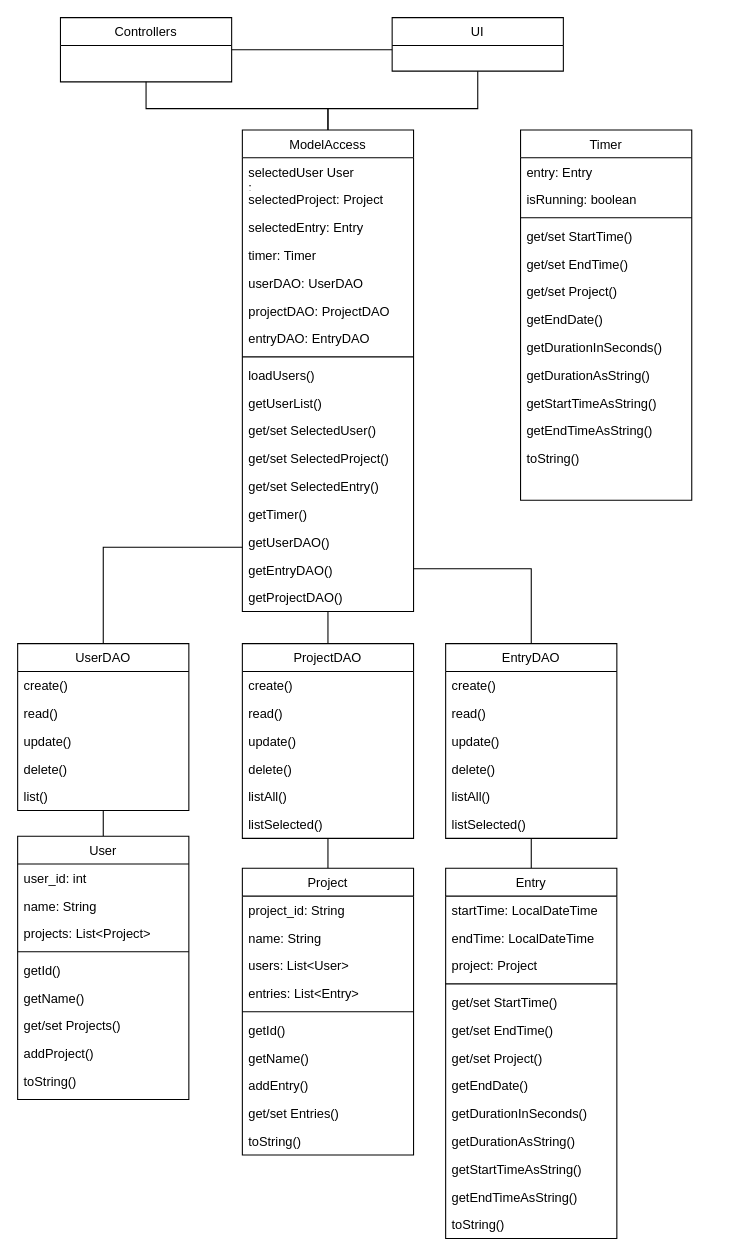
a-ruskomaa/SimpleTimeTracker keeps this draw.io diagram as kaaviot/luokkakaavio.drawio. Above is the earlier version. Source tidied: cells renumbered, new cells numbered last; positions are measured from the earlier drawing's top-left corner, leaving out a move shared by most shapes. Both pictures are drawn from the tidied source at 107%, with x=0, y=0 at pixel (17, 17).
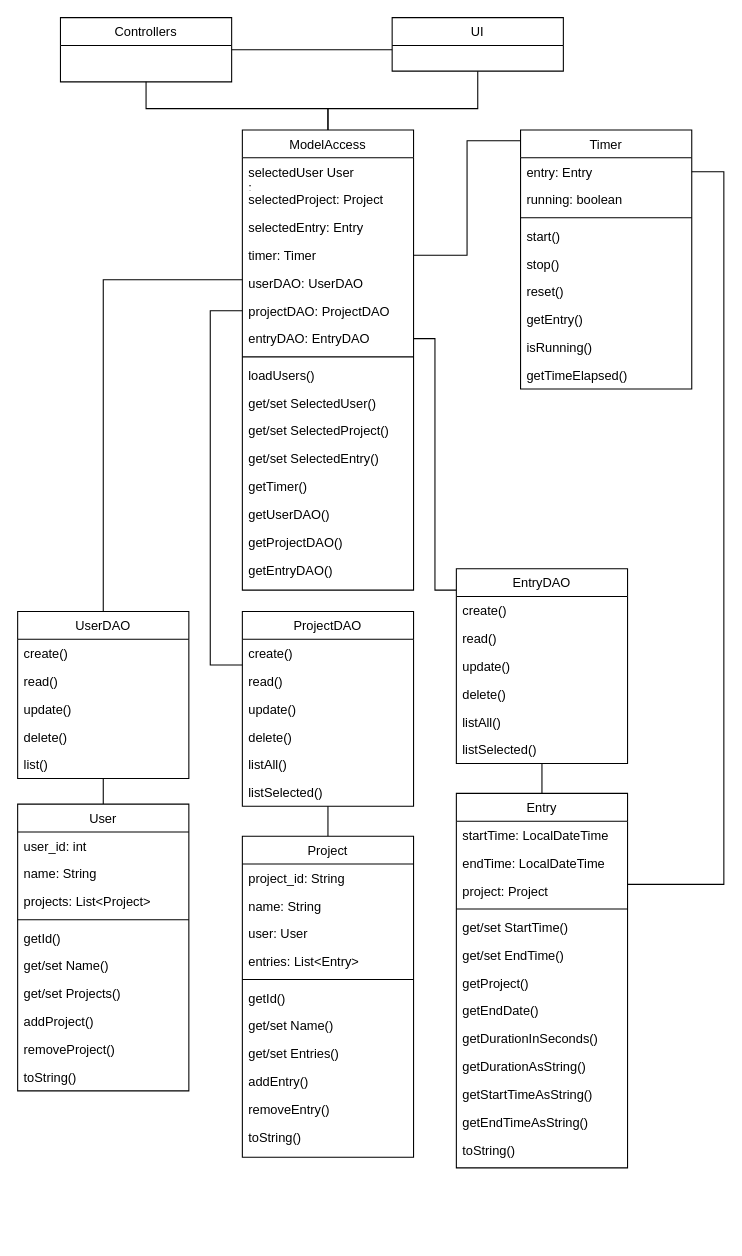
The same page after the edit.

Unchanged cells that the change refers to:
```xml
<mxCell id="6" value="timer: Timer" style="text;align=left;verticalAlign=top;spacingLeft=4;spacingRight=4;overflow=hidden;points=[[0,0.5],[1,0.5]];portConstraint=eastwest;rounded=0;shadow=0;html=0;" parent="2" vertex="1">
  <mxGeometry y="104" width="160" height="26" as="geometry" />
</mxCell>
<mxCell id="8" value="projectDAO: ProjectDAO" style="text;align=left;verticalAlign=top;spacingLeft=4;spacingRight=4;overflow=hidden;points=[[0,0.5],[1,0.5]];portConstraint=eastwest;rounded=0;shadow=0;html=0;" parent="2" vertex="1">
  <mxGeometry y="156" width="160" height="26" as="geometry" />
</mxCell>
<mxCell id="9" value="entryDAO: EntryDAO" style="text;align=left;verticalAlign=top;spacingLeft=4;spacingRight=4;overflow=hidden;points=[[0,0.5],[1,0.5]];portConstraint=eastwest;" parent="2" vertex="1">
  <mxGeometry y="182" width="160" height="26" as="geometry" />
</mxCell>
<mxCell id="87" value="entry: Entry" style="text;align=left;verticalAlign=top;spacingLeft=4;spacingRight=4;overflow=hidden;points=[[0,0.5],[1,0.5]];portConstraint=eastwest;" parent="86" vertex="1">
  <mxGeometry y="26" width="160" height="26" as="geometry" />
</mxCell>
```

The edit, as a diff of the source:
```diff
@@
     <mxCell id="2" value="ModelAccess" style="swimlane;fontStyle=0;align=center;verticalAlign=top;horizontal=1;startSize=26;rounded=0;shadow=0;strokeWidth=1;" parent="1" vertex="1">
-      <mxGeometry x="210" y="105" width="160" height="450" as="geometry" />
+      <mxGeometry x="210" y="105" width="160" height="430" as="geometry" />
     </mxCell>
@@
-    <mxCell id="12" value="getUserList()" style="text;align=left;verticalAlign=top;spacingLeft=4;spacingRight=4;overflow=hidden;rounded=0;shadow=0;html=0;" parent="2" vertex="1">
-      <mxGeometry y="242" width="160" height="26" as="geometry" />
-    </mxCell>
     <mxCell id="13" value="get/set SelectedUser()" style="text;align=left;verticalAlign=top;spacingLeft=4;spacingRight=4;overflow=hidden;rounded=0;shadow=0;html=0;" parent="2" vertex="1">
-      <mxGeometry y="268" width="160" height="26" as="geometry" />
+      <mxGeometry y="242" width="160" height="26" as="geometry" />
     </mxCell>
     <mxCell id="14" value="get/set SelectedProject()" style="text;align=left;verticalAlign=top;spacingLeft=4;spacingRight=4;overflow=hidden;rounded=0;shadow=0;html=0;" parent="2" vertex="1">
-      <mxGeometry y="294" width="160" height="26" as="geometry" />
+      <mxGeometry y="268" width="160" height="26" as="geometry" />
     </mxCell>
     <mxCell id="15" value="get/set SelectedEntry()" style="text;align=left;verticalAlign=top;spacingLeft=4;spacingRight=4;overflow=hidden;rounded=0;shadow=0;html=0;" parent="2" vertex="1">
-      <mxGeometry y="320" width="160" height="26" as="geometry" />
+      <mxGeometry y="294" width="160" height="26" as="geometry" />
     </mxCell>
     <mxCell id="16" value="getTimer()" style="text;align=left;verticalAlign=top;spacingLeft=4;spacingRight=4;overflow=hidden;rounded=0;shadow=0;html=0;" parent="2" vertex="1">
-      <mxGeometry y="346" width="160" height="26" as="geometry" />
+      <mxGeometry y="320" width="160" height="26" as="geometry" />
     </mxCell>
     <mxCell id="17" value="getUserDAO()" style="text;align=left;verticalAlign=top;spacingLeft=4;spacingRight=4;overflow=hidden;rounded=0;shadow=0;html=0;" parent="2" vertex="1">
-      <mxGeometry y="372" width="160" height="26" as="geometry" />
+      <mxGeometry y="346" width="160" height="26" as="geometry" />
     </mxCell>
+    <mxCell id="19" value="getProjectDAO()" style="text;align=left;verticalAlign=top;spacingLeft=4;spacingRight=4;overflow=hidden;rounded=0;shadow=0;html=0;" parent="2" vertex="1">
+      <mxGeometry y="372" width="160" height="26" as="geometry" />
+    </mxCell>
@@
-    <mxCell id="19" value="getProjectDAO()" style="text;align=left;verticalAlign=top;spacingLeft=4;spacingRight=4;overflow=hidden;rounded=0;shadow=0;html=0;" parent="2" vertex="1">
-      <mxGeometry y="424" width="160" height="26" as="geometry" />
-    </mxCell>
     <mxCell id="20" value="UserDAO" style="swimlane;fontStyle=0;align=center;verticalAlign=top;horizontal=1;startSize=26;rounded=0;shadow=0;strokeWidth=1;" parent="1" vertex="1">
-      <mxGeometry y="585" width="160" height="156" as="geometry" />
+      <mxGeometry y="555" width="160" height="156" as="geometry" />
     </mxCell>
@@
     <mxCell id="26" style="endArrow=none;endSize=10;endFill=0;shadow=0;strokeWidth=1;rounded=0;edgeStyle=elbowEdgeStyle;elbow=vertical;" parent="1" edge="1" source="20" target="2">
       <mxGeometry relative="1" as="geometry">
         <Array as="points">
+          <mxPoint x="80" y="245" />
+          <mxPoint x="80" y="465" />
+          <mxPoint x="80" y="515" />
           <mxPoint x="80" y="495" />
           <mxPoint x="90" y="495" />
           <mxPoint x="80" y="495" />
           <mxPoint x="190" y="525" />
         </Array>
       </mxGeometry>
     </mxCell>
@@
-    <mxCell id="29" style="edgeStyle=orthogonalEdgeStyle;rounded=0;jettySize=auto;html=1;endArrow=none;endFill=0;" parent="1" edge="1" source="69" target="2">
+    <mxCell id="29" style="edgeStyle=orthogonalEdgeStyle;rounded=0;jettySize=auto;html=1;endArrow=none;endFill=0;entryX=0;entryY=0.5;entryDx=0;entryDy=0;" parent="1" edge="1" source="69" target="8">
       <mxGeometry relative="1" as="geometry">
         <Array as="points">
-          <mxPoint x="290" y="415" />
-          <mxPoint x="290" y="415" />
+          <mxPoint x="180" y="605" />
+          <mxPoint x="180" y="274" />
         </Array>
       </mxGeometry>
     </mxCell>
-    <mxCell id="30" style="edgeStyle=orthogonalEdgeStyle;rounded=0;jettySize=auto;html=1;endArrow=none;endFill=0;" parent="1" edge="1" source="76" target="2">
+    <mxCell id="30" style="edgeStyle=orthogonalEdgeStyle;rounded=0;jettySize=auto;html=1;endArrow=none;endFill=0;entryX=1;entryY=0.5;entryDx=0;entryDy=0;" parent="1" edge="1" source="76" target="9">
       <mxGeometry relative="1" as="geometry">
         <Array as="points">
-          <mxPoint x="480" y="515" />
+          <mxPoint x="390" y="535" />
+          <mxPoint x="390" y="300" />
         </Array>
       </mxGeometry>
     </mxCell>
@@
     <mxCell id="32" value="User" style="swimlane;fontStyle=0;align=center;verticalAlign=top;horizontal=1;startSize=26;rounded=0;shadow=0;strokeWidth=1;" parent="1" vertex="1">
-      <mxGeometry y="765" width="160" height="246" as="geometry" />
+      <mxGeometry y="735" width="160" height="268" as="geometry" />
     </mxCell>
@@
-    <mxCell id="38" value="getName()" style="text;align=left;verticalAlign=top;spacingLeft=4;spacingRight=4;overflow=hidden;" parent="32" vertex="1">
+    <mxCell id="38" value="get/set Name()" style="text;align=left;verticalAlign=top;spacingLeft=4;spacingRight=4;overflow=hidden;" parent="32" vertex="1">
       <mxGeometry y="138" width="160" height="26" as="geometry" />
     </mxCell>
@@
+    <mxCell id="99" value="removeProject()" style="text;align=left;verticalAlign=top;spacingLeft=4;spacingRight=4;overflow=hidden;" parent="32" vertex="1">
+      <mxGeometry y="216" width="160" height="26" as="geometry" />
+    </mxCell>
     <mxCell id="41" value="toString()" style="text;align=left;verticalAlign=top;spacingLeft=4;spacingRight=4;overflow=hidden;" parent="32" vertex="1">
-      <mxGeometry y="216" width="160" height="26" as="geometry" />
+      <mxGeometry y="242" width="160" height="26" as="geometry" />
     </mxCell>
@@
     <mxCell id="43" value="Project" style="swimlane;fontStyle=0;align=center;verticalAlign=top;horizontal=1;startSize=26;rounded=0;shadow=0;strokeWidth=1;" parent="1" vertex="1">
-      <mxGeometry x="210" y="795" width="160" height="268" as="geometry" />
+      <mxGeometry x="210" y="765" width="160" height="300" as="geometry" />
     </mxCell>
@@
-    <mxCell id="46" value="users: List&lt;User&gt;" style="text;align=left;verticalAlign=top;spacingLeft=4;spacingRight=4;overflow=hidden;" parent="43" vertex="1">
+    <mxCell id="46" value="user: User" style="text;align=left;verticalAlign=top;spacingLeft=4;spacingRight=4;overflow=hidden;" parent="43" vertex="1">
       <mxGeometry y="78" width="160" height="26" as="geometry" />
     </mxCell>
@@
-    <mxCell id="50" value="getName()&#10;" style="text;align=left;verticalAlign=top;spacingLeft=4;spacingRight=4;overflow=hidden;" parent="43" vertex="1">
+    <mxCell id="50" value="get/set Name()&#10;" style="text;align=left;verticalAlign=top;spacingLeft=4;spacingRight=4;overflow=hidden;" parent="43" vertex="1">
       <mxGeometry y="164" width="160" height="26" as="geometry" />
     </mxCell>
+    <mxCell id="52" value="get/set Entries()" style="text;align=left;verticalAlign=top;spacingLeft=4;spacingRight=4;overflow=hidden;" parent="43" vertex="1">
+      <mxGeometry y="190" width="160" height="26" as="geometry" />
+    </mxCell>
     <mxCell id="51" value="addEntry()" style="text;align=left;verticalAlign=top;spacingLeft=4;spacingRight=4;overflow=hidden;" parent="43" vertex="1">
-      <mxGeometry y="190" width="160" height="26" as="geometry" />
+      <mxGeometry y="216" width="160" height="26" as="geometry" />
     </mxCell>
-    <mxCell id="52" value="get/set Entries()" style="text;align=left;verticalAlign=top;spacingLeft=4;spacingRight=4;overflow=hidden;" parent="43" vertex="1">
-      <mxGeometry y="216" width="160" height="26" as="geometry" />
-    </mxCell>
+    <mxCell id="100" value="removeEntry()" style="text;align=left;verticalAlign=top;spacingLeft=4;spacingRight=4;overflow=hidden;" parent="43" vertex="1">
+      <mxGeometry y="242" width="160" height="26" as="geometry" />
+    </mxCell>
     <mxCell id="53" value="toString()" style="text;align=left;verticalAlign=top;spacingLeft=4;spacingRight=4;overflow=hidden;" parent="43" vertex="1">
-      <mxGeometry y="242" width="160" height="26" as="geometry" />
+      <mxGeometry y="268" width="160" height="26" as="geometry" />
     </mxCell>
@@
     <mxCell id="55" value="Entry" style="swimlane;fontStyle=0;align=center;verticalAlign=top;horizontal=1;startSize=26;rounded=0;shadow=0;strokeWidth=1;" parent="1" vertex="1">
-      <mxGeometry x="400" y="795" width="160" height="346" as="geometry" />
+      <mxGeometry x="410" y="725" width="160" height="350" as="geometry" />
     </mxCell>
@@
-    <mxCell id="62" value="get/set Project()" style="text;align=left;verticalAlign=top;spacingLeft=4;spacingRight=4;overflow=hidden;" parent="55" vertex="1">
+    <mxCell id="62" value="getProject()" style="text;align=left;verticalAlign=top;spacingLeft=4;spacingRight=4;overflow=hidden;" parent="55" vertex="1">
       <mxGeometry y="164" width="160" height="26" as="geometry" />
     </mxCell>
@@
     <mxCell id="69" value="ProjectDAO" style="swimlane;fontStyle=0;align=center;verticalAlign=top;horizontal=1;startSize=26;rounded=0;shadow=0;strokeWidth=1;" parent="1" vertex="1">
-      <mxGeometry x="210" y="585" width="160" height="182" as="geometry" />
+      <mxGeometry x="210" y="555" width="160" height="182" as="geometry" />
     </mxCell>
@@
     <mxCell id="76" value="EntryDAO" style="swimlane;fontStyle=0;align=center;verticalAlign=top;horizontal=1;startSize=26;rounded=0;shadow=0;strokeWidth=1;" parent="1" vertex="1">
-      <mxGeometry x="400" y="585" width="160" height="182" as="geometry" />
+      <mxGeometry x="410" y="515" width="160" height="182" as="geometry" />
     </mxCell>
@@
+    <mxCell id="101" style="edgeStyle=orthogonalEdgeStyle;rounded=0;jettySize=auto;html=1;entryX=1;entryY=0.5;entryDx=0;entryDy=0;endArrow=none;endFill=0;" parent="1" edge="1" source="86" target="6">
+      <mxGeometry relative="1" as="geometry">
+        <Array as="points">
+          <mxPoint x="420" y="115" />
+          <mxPoint x="420" y="222" />
+        </Array>
+      </mxGeometry>
+    </mxCell>
     <mxCell id="86" value="Timer" style="swimlane;fontStyle=0;align=center;verticalAlign=top;horizontal=1;startSize=26;rounded=0;shadow=0;strokeWidth=1;" parent="1" vertex="1">
-      <mxGeometry x="470" y="105" width="160" height="346" as="geometry" />
+      <mxGeometry x="470" y="105" width="160" height="242" as="geometry" />
     </mxCell>
@@
-    <mxCell id="88" value="isRunning: boolean" style="text;align=left;verticalAlign=top;spacingLeft=4;spacingRight=4;overflow=hidden;" parent="86" vertex="1">
+    <mxCell id="88" value="running: boolean" style="text;align=left;verticalAlign=top;spacingLeft=4;spacingRight=4;overflow=hidden;" parent="86" vertex="1">
       <mxGeometry y="52" width="160" height="26" as="geometry" />
     </mxCell>
@@
-    <mxCell id="90" value="get/set StartTime()" style="text;align=left;verticalAlign=top;spacingLeft=4;spacingRight=4;overflow=hidden;" parent="86" vertex="1">
+    <mxCell id="90" value="start()" style="text;align=left;verticalAlign=top;spacingLeft=4;spacingRight=4;overflow=hidden;" parent="86" vertex="1">
       <mxGeometry y="86" width="160" height="26" as="geometry" />
     </mxCell>
-    <mxCell id="91" value="get/set EndTime()" style="text;align=left;verticalAlign=top;spacingLeft=4;spacingRight=4;overflow=hidden;" parent="86" vertex="1">
+    <mxCell id="91" value="stop()" style="text;align=left;verticalAlign=top;spacingLeft=4;spacingRight=4;overflow=hidden;" parent="86" vertex="1">
       <mxGeometry y="112" width="160" height="26" as="geometry" />
     </mxCell>
+    <mxCell id="93" value="reset()" style="text;align=left;verticalAlign=top;spacingLeft=4;spacingRight=4;overflow=hidden;" parent="86" vertex="1">
+      <mxGeometry y="138" width="160" height="26" as="geometry" />
+    </mxCell>
-    <mxCell id="92" value="get/set Project()" style="text;align=left;verticalAlign=top;spacingLeft=4;spacingRight=4;overflow=hidden;" parent="86" vertex="1">
-      <mxGeometry y="138" width="160" height="26" as="geometry" />
+    <mxCell id="92" value="getEntry()" style="text;align=left;verticalAlign=top;spacingLeft=4;spacingRight=4;overflow=hidden;" parent="86" vertex="1">
+      <mxGeometry y="164" width="160" height="26" as="geometry" />
     </mxCell>
-    <mxCell id="93" value="getEndDate()" style="text;align=left;verticalAlign=top;spacingLeft=4;spacingRight=4;overflow=hidden;" parent="86" vertex="1">
-      <mxGeometry y="164" width="160" height="26" as="geometry" />
-    </mxCell>
-    <mxCell id="94" value="getDurationInSeconds()" style="text;align=left;verticalAlign=top;spacingLeft=4;spacingRight=4;overflow=hidden;" parent="86" vertex="1">
+    <mxCell id="94" value="isRunning()" style="text;align=left;verticalAlign=top;spacingLeft=4;spacingRight=4;overflow=hidden;" parent="86" vertex="1">
       <mxGeometry y="190" width="160" height="26" as="geometry" />
     </mxCell>
-    <mxCell id="95" value="getDurationAsString()" style="text;align=left;verticalAlign=top;spacingLeft=4;spacingRight=4;overflow=hidden;" parent="86" vertex="1">
-      <mxGeometry y="216" width="160" height="26" as="geometry" />
-    </mxCell>
-    <mxCell id="96" value="getStartTimeAsString()" style="text;align=left;verticalAlign=top;spacingLeft=4;spacingRight=4;overflow=hidden;" parent="86" vertex="1">
-      <mxGeometry y="242" width="160" height="26" as="geometry" />
-    </mxCell>
-    <mxCell id="97" value="getEndTimeAsString()" style="text;align=left;verticalAlign=top;spacingLeft=4;spacingRight=4;overflow=hidden;" parent="86" vertex="1">
-      <mxGeometry y="268" width="160" height="26" as="geometry" />
-    </mxCell>
-    <mxCell id="98" value="toString()" style="text;align=left;verticalAlign=top;spacingLeft=4;spacingRight=4;overflow=hidden;" parent="86" vertex="1">
-      <mxGeometry y="294" width="160" height="26" as="geometry" />
-    </mxCell>
+    <mxCell id="102" value="getTimeElapsed()" style="text;align=left;verticalAlign=top;spacingLeft=4;spacingRight=4;overflow=hidden;" parent="86" vertex="1">
+      <mxGeometry y="216" width="160" height="26" as="geometry" />
+    </mxCell>
+    <mxCell id="103" style="edgeStyle=orthogonalEdgeStyle;rounded=0;jettySize=auto;html=1;endArrow=none;endFill=0;" parent="1" edge="1" source="87" target="55">
+      <mxGeometry relative="1" as="geometry">
+        <Array as="points">
+          <mxPoint x="660" y="144" />
+          <mxPoint x="660" y="810" />
+        </Array>
+      </mxGeometry>
+    </mxCell>
```
